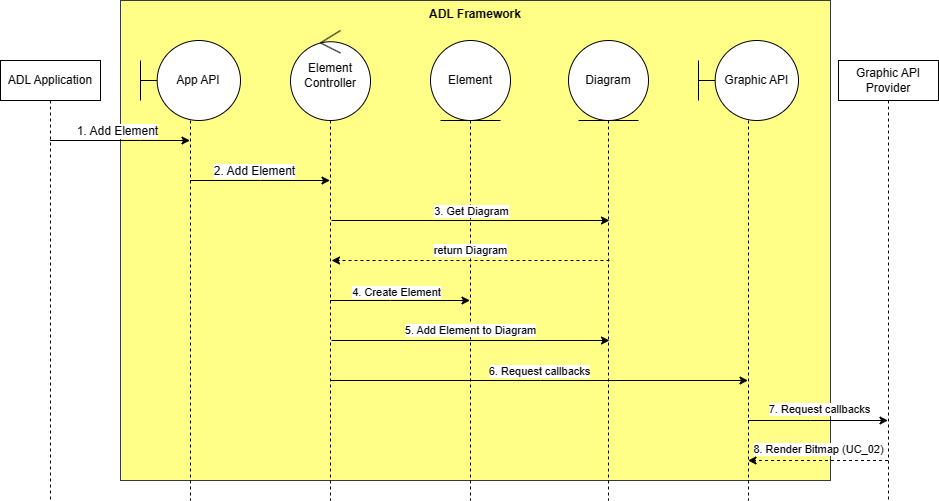
The draw.io diagram img/usecases_detail/AddEditElement.drawio.png in phunm211/SW-Associate-Architecture, before a commit. Source tidied: cells renumbered, new cells last; positions are measured from the earlier drawing's top-left corner, leaving out a move shared by most shapes. Source of this version:
```xml
<mxGraphModel>
  <root>
    <mxCell id="0" />
    <mxCell id="1" parent="0" />
    <mxCell id="2" value="ADL Framework" style="rounded=0;whiteSpace=wrap;html=1;strokeColor=#36393d;align=center;verticalAlign=top;fontFamily=Helvetica;fontSize=12;fillColor=#ffff88;fontStyle=1;" parent="1" vertex="1">
      <mxGeometry x="120" width="710" height="480" as="geometry" />
    </mxCell>
    <mxCell id="3" value="Element" style="shape=umlLifeline;perimeter=lifelinePerimeter;whiteSpace=wrap;html=1;newEdgeStyle={&quot;curved&quot;:0,&quot;rounded&quot;:0};participant=umlEntity;strokeColor=default;align=center;verticalAlign=middle;fontFamily=Helvetica;fontSize=12;fontColor=default;fillColor=default;size=80;" parent="1" vertex="1">
      <mxGeometry x="430" y="40" width="80" height="460" as="geometry" />
    </mxCell>
    <mxCell id="4" style="rounded=0;jettySize=auto;html=1;fontFamily=Helvetica;fontSize=12;fontColor=default;" parent="1" edge="1" source="6" target="12">
      <mxGeometry relative="1" as="geometry">
        <Array as="points">
          <mxPoint x="140" y="140" />
        </Array>
      </mxGeometry>
    </mxCell>
    <mxCell id="5" value="1. Add Element" style="edgeLabel;html=1;align=center;verticalAlign=middle;fontSize=12;fontFamily=Helvetica;fontColor=default;" parent="4" vertex="1">
      <mxGeometry x="-0.04" y="2" relative="1" as="geometry">
        <mxPoint y="-8" as="offset" />
      </mxGeometry>
    </mxCell>
    <mxCell id="6" value="ADL Application" style="shape=umlLifeline;perimeter=lifelinePerimeter;whiteSpace=wrap;html=1;outlineConnect=0;portConstraint=eastwest;newEdgeStyle={&quot;curved&quot;:0,&quot;rounded&quot;:0};" parent="1" vertex="1">
      <mxGeometry y="60" width="100" height="440" as="geometry" />
    </mxCell>
    <mxCell id="7" style="rounded=0;jettySize=auto;html=1;fontFamily=Helvetica;fontSize=12;fontColor=default;" parent="1" edge="1" source="12" target="11">
      <mxGeometry relative="1" as="geometry">
        <Array as="points">
          <mxPoint x="260" y="180" />
        </Array>
      </mxGeometry>
    </mxCell>
    <mxCell id="8" value="2. Add Element" style="edgeLabel;html=1;align=center;verticalAlign=middle;fontSize=12;fontFamily=Helvetica;fontColor=default;" parent="7" vertex="1">
      <mxGeometry x="-0.09" y="-1" relative="1" as="geometry">
        <mxPoint y="-11" as="offset" />
      </mxGeometry>
    </mxCell>
    <mxCell id="9" style="rounded=0;jettySize=auto;html=1;" parent="1" edge="1" source="11" target="24">
      <mxGeometry relative="1" as="geometry">
        <Array as="points">
          <mxPoint x="540" y="380" />
        </Array>
      </mxGeometry>
    </mxCell>
    <mxCell id="10" value="6. Request callbacks" style="edgeLabel;html=1;align=center;verticalAlign=middle;" parent="9" vertex="1">
      <mxGeometry relative="1" as="geometry">
        <mxPoint y="-10" as="offset" />
      </mxGeometry>
    </mxCell>
    <mxCell id="11" value="Element Controller" style="shape=umlLifeline;perimeter=lifelinePerimeter;whiteSpace=wrap;html=1;outlineConnect=0;portConstraint=eastwest;newEdgeStyle={&quot;curved&quot;:0,&quot;rounded&quot;:0};participant=umlControl;strokeColor=default;align=center;verticalAlign=middle;fontFamily=Helvetica;fontSize=12;fontColor=default;fillColor=default;size=90;" parent="1" vertex="1">
      <mxGeometry x="290" y="30" width="80" height="470" as="geometry" />
    </mxCell>
    <mxCell id="12" value="&amp;nbsp; &amp;nbsp; &amp;nbsp;App API" style="shape=umlLifeline;perimeter=lifelinePerimeter;whiteSpace=wrap;html=1;outlineConnect=0;portConstraint=eastwest;newEdgeStyle={&quot;curved&quot;:0,&quot;rounded&quot;:0};participant=umlBoundary;size=80;" parent="1" vertex="1">
      <mxGeometry x="140" y="40" width="100" height="460" as="geometry" />
    </mxCell>
    <mxCell id="13" style="rounded=0;orthogonalLoop=1;jettySize=auto;html=1;" parent="1" edge="1">
      <mxGeometry relative="1" as="geometry">
        <mxPoint x="329.5" y="300" as="sourcePoint" />
        <mxPoint x="469.5" y="300" as="targetPoint" />
        <Array as="points">
          <mxPoint x="390" y="300" />
        </Array>
      </mxGeometry>
    </mxCell>
    <mxCell id="14" value="4. Create Element" style="edgeLabel;html=1;align=center;verticalAlign=middle;" parent="13" vertex="1">
      <mxGeometry x="-0.05" y="3" relative="1" as="geometry">
        <mxPoint y="-6" as="offset" />
      </mxGeometry>
    </mxCell>
    <mxCell id="15" style="rounded=0;orthogonalLoop=1;jettySize=auto;html=1;" parent="1" edge="1">
      <mxGeometry relative="1" as="geometry">
        <mxPoint x="331" y="220" as="sourcePoint" />
        <mxPoint x="609" y="220" as="targetPoint" />
        <Array as="points">
          <mxPoint x="481.5" y="220" />
        </Array>
      </mxGeometry>
    </mxCell>
    <mxCell id="16" value="3. Get Diagram" style="edgeLabel;html=1;align=center;verticalAlign=middle;" parent="15" vertex="1">
      <mxGeometry x="0.65" y="-2" relative="1" as="geometry">
        <mxPoint x="-90" y="-12" as="offset" />
      </mxGeometry>
    </mxCell>
    <mxCell id="17" value="5. Add Element to Diagram" style="rounded=0;orthogonalLoop=1;jettySize=auto;html=1;" parent="1" edge="1">
      <mxGeometry y="10" relative="1" as="geometry">
        <mxPoint x="331" y="340" as="sourcePoint" />
        <mxPoint x="609" y="340" as="targetPoint" />
      </mxGeometry>
    </mxCell>
    <mxCell id="18" value="Diagram" style="shape=umlLifeline;perimeter=lifelinePerimeter;whiteSpace=wrap;html=1;newEdgeStyle={&quot;curved&quot;:0,&quot;rounded&quot;:0};participant=umlEntity;strokeColor=default;align=center;verticalAlign=middle;fontFamily=Helvetica;fontSize=12;fontColor=default;fillColor=default;size=80;" parent="1" vertex="1">
      <mxGeometry x="568" y="40" width="80" height="460" as="geometry" />
    </mxCell>
    <mxCell id="19" style="rounded=0;jettySize=auto;html=1;dashed=1;" parent="1" edge="1" source="21" target="24">
      <mxGeometry relative="1" as="geometry">
        <Array as="points">
          <mxPoint x="810" y="460" />
        </Array>
      </mxGeometry>
    </mxCell>
    <mxCell id="20" value="8. Render Bitmap (UC_02)" style="edgeLabel;html=1;align=center;verticalAlign=middle;" parent="19" vertex="1">
      <mxGeometry x="0.15" y="-2" relative="1" as="geometry">
        <mxPoint x="10" y="-10" as="offset" />
      </mxGeometry>
    </mxCell>
    <mxCell id="21" value="Graphic API Provider" style="shape=umlLifeline;perimeter=lifelinePerimeter;whiteSpace=wrap;html=1;outlineConnect=0;portConstraint=eastwest;newEdgeStyle={&quot;curved&quot;:0,&quot;rounded&quot;:0};" parent="1" vertex="1">
      <mxGeometry x="838" y="60" width="100" height="440" as="geometry" />
    </mxCell>
    <mxCell id="22" style="rounded=0;jettySize=auto;html=1;" parent="1" edge="1" source="24" target="21">
      <mxGeometry relative="1" as="geometry">
        <Array as="points">
          <mxPoint x="810" y="420" />
        </Array>
      </mxGeometry>
    </mxCell>
    <mxCell id="23" value="7. Request callbacks" style="edgeLabel;html=1;align=center;verticalAlign=middle;" parent="22" vertex="1">
      <mxGeometry x="-0.13" y="2" relative="1" as="geometry">
        <mxPoint x="10" y="-10" as="offset" />
      </mxGeometry>
    </mxCell>
    <mxCell id="24" value="&amp;nbsp; &amp;nbsp; &amp;nbsp;Graphic API" style="shape=umlLifeline;perimeter=lifelinePerimeter;whiteSpace=wrap;html=1;outlineConnect=0;portConstraint=eastwest;newEdgeStyle={&quot;curved&quot;:0,&quot;rounded&quot;:0};participant=umlBoundary;size=80;" parent="1" vertex="1">
      <mxGeometry x="698" y="40" width="100" height="460" as="geometry" />
    </mxCell>
    <mxCell id="25" value="return Diagram" style="rounded=0;orthogonalLoop=1;jettySize=auto;html=1;dashed=1;" parent="1" edge="1">
      <mxGeometry y="-10" relative="1" as="geometry">
        <mxPoint x="609" y="260" as="sourcePoint" />
        <mxPoint x="331" y="260" as="targetPoint" />
      </mxGeometry>
    </mxCell>
  </root>
</mxGraphModel>
```
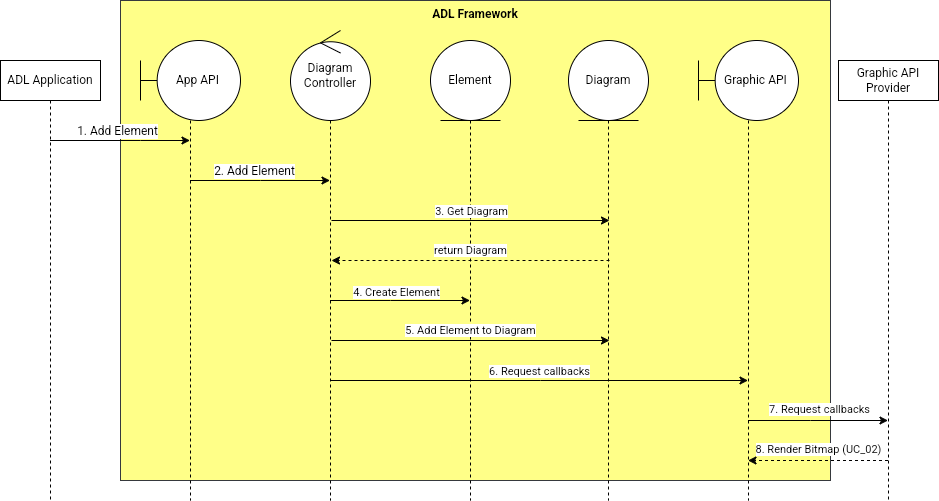
Above is the later version.

Change to the diagram source:
```diff
@@ -47,7 +47,7 @@
         <mxPoint y="-10" as="offset" />
       </mxGeometry>
     </mxCell>
-    <mxCell id="11" value="Element Controller" style="shape=umlLifeline;perimeter=lifelinePerimeter;whiteSpace=wrap;html=1;outlineConnect=0;portConstraint=eastwest;newEdgeStyle={&quot;curved&quot;:0,&quot;rounded&quot;:0};participant=umlControl;strokeColor=default;align=center;verticalAlign=middle;fontFamily=Helvetica;fontSize=12;fontColor=default;fillColor=default;size=90;" parent="1" vertex="1">
+    <mxCell id="11" value="Diagram Controller" style="shape=umlLifeline;perimeter=lifelinePerimeter;whiteSpace=wrap;html=1;outlineConnect=0;portConstraint=eastwest;newEdgeStyle={&quot;curved&quot;:0,&quot;rounded&quot;:0};participant=umlControl;strokeColor=default;align=center;verticalAlign=middle;fontFamily=Helvetica;fontSize=12;fontColor=default;fillColor=default;size=90;" parent="1" vertex="1">
       <mxGeometry x="290" y="30" width="80" height="470" as="geometry" />
     </mxCell>
     <mxCell id="12" value="&amp;nbsp; &amp;nbsp; &amp;nbsp;App API" style="shape=umlLifeline;perimeter=lifelinePerimeter;whiteSpace=wrap;html=1;outlineConnect=0;portConstraint=eastwest;newEdgeStyle={&quot;curved&quot;:0,&quot;rounded&quot;:0};participant=umlBoundary;size=80;" parent="1" vertex="1">
```
